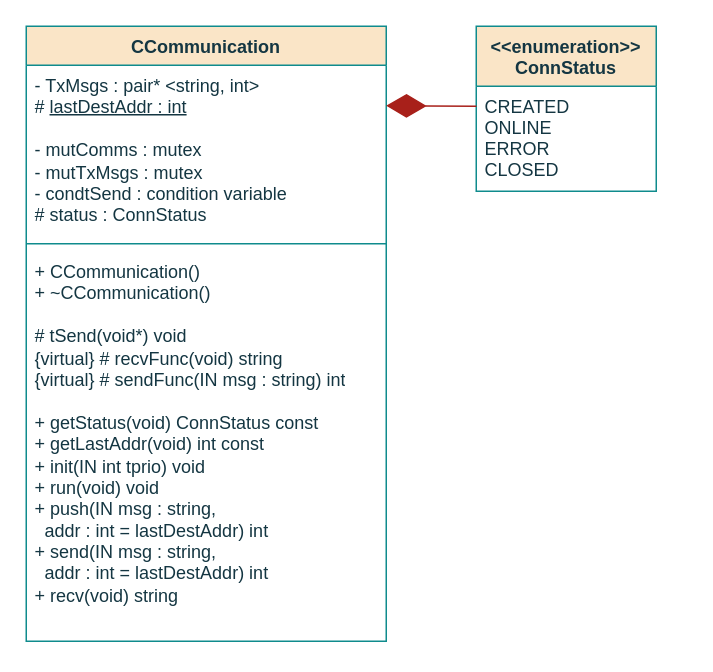
Earlier version of the draw.io diagram page "Class" (1 of 8) of documentation/flowcharts/02Classes/CCommunication.drawio (ESRGgroup9/slipad). Source tidied: cells renumbered, new cells numbered last; positions are measured from the earlier drawing's top-left corner, leaving out a move shared by most shapes. Both pictures are drawn from the tidied source at 150%, with x=0, y=0 at pixel (26, 26).
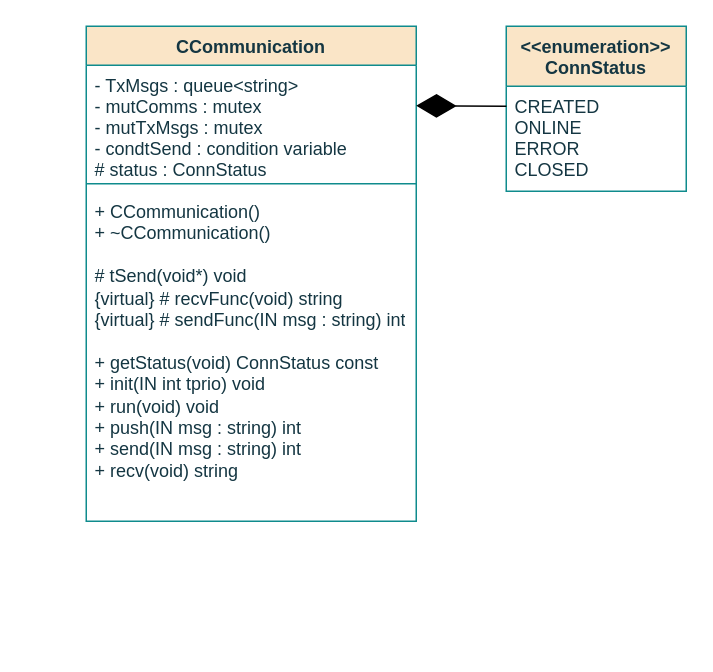
Above is the later version.

Diff of the diagram source:
```diff
@@
 <mxGraphModel>
   <root>
     <mxCell id="0" />
     <mxCell id="1" parent="0" />
     <mxCell id="2" value="CCommunication" style="swimlane;fontStyle=1;align=center;verticalAlign=top;horizontal=1;startSize=26;fillColor=#FAE5C7;strokeColor=#0F8B8D;fontColor=#143642;" parent="1" vertex="1">
-      <mxGeometry width="240" height="410" as="geometry" />
+      <mxGeometry x="40" width="220" height="330" as="geometry" />
     </mxCell>
-    <mxCell id="3" value="- TxMsgs : pair* &amp;lt;string, int&amp;gt;&lt;br&gt;# &lt;u&gt;lastDestAddr : int&lt;/u&gt;&lt;br&gt;&lt;br&gt;-  mutComms : mutex&lt;br&gt;-  mutTxMsgs : mutex&lt;br&gt;- condtSend : condition variable&lt;br&gt;# status : ConnStatus&lt;br&gt;&lt;br&gt;&lt;br&gt;" style="text;strokeColor=none;fillColor=none;align=left;verticalAlign=top;spacingLeft=4;spacingRight=4;overflow=hidden;fontColor=#143642;html=1;" parent="2" vertex="1">
-      <mxGeometry y="26" width="240" height="114" as="geometry" />
+    <mxCell id="3" value="- TxMsgs : queue&lt;string&gt;&#10;-  mutComms : mutex&#10;-  mutTxMsgs : mutex&#10;- condtSend : condition variable&#10;# status : ConnStatus&#10;&#10;&#10;&#10;&#10;&#10;&#10;" style="text;strokeColor=none;fillColor=none;align=left;verticalAlign=top;spacingLeft=4;spacingRight=4;overflow=hidden;fontColor=#143642;" parent="2" vertex="1">
+      <mxGeometry y="26" width="220" height="74" as="geometry" />
     </mxCell>
     <mxCell id="4" style="line;strokeWidth=1;fillColor=none;align=left;verticalAlign=middle;spacingTop=-1;spacingLeft=3;spacingRight=3;labelPosition=right;labelBackgroundColor=#DAD2D8;strokeColor=#0F8B8D;fontColor=#143642;" parent="2" vertex="1">
-      <mxGeometry y="140" width="240" height="10" as="geometry" />
+      <mxGeometry y="100" width="220" height="10" as="geometry" />
     </mxCell>
-    <mxCell id="5" value="+ CCommunication()&lt;br&gt;+ ~CCommunication()&lt;br&gt;&lt;br&gt;# tSend(void*) void&lt;br&gt;{virtual} # recvFunc(void) string&lt;br&gt;{virtual} # sendFunc(IN msg : string) int&lt;br&gt;&lt;br&gt;&lt;div&gt;+ getStatus(void) ConnStatus const&lt;/div&gt;&lt;div&gt;+ getLastAddr(void) int const&lt;br&gt;&lt;/div&gt;+ init(IN int tprio) void&lt;br&gt;+ run(void) void&lt;br&gt;&lt;div&gt;+ push(IN msg : string, &lt;br&gt;&lt;/div&gt;&lt;div&gt;&lt;span&gt; &lt;/span&gt;&lt;span&gt; &lt;/span&gt;&lt;span style=&quot;white-space: pre&quot;&gt; &lt;/span&gt;&lt;span style=&quot;white-space: pre&quot;&gt; &lt;/span&gt;addr : int = lastDestAddr) int&lt;/div&gt;&lt;div&gt;+ send(IN msg : string,&lt;/div&gt;&lt;div&gt;&lt;span&gt;&lt;/span&gt;&lt;span style=&quot;white-space: pre&quot;&gt; &lt;/span&gt;&lt;span style=&quot;white-space: pre&quot;&gt; &lt;/span&gt;addr : int = lastDestAddr) int&lt;/div&gt;+ recv(void) string" style="text;strokeColor=none;fillColor=none;align=left;verticalAlign=top;spacingLeft=4;spacingRight=4;overflow=hidden;fontColor=#143642;html=1;" parent="2" vertex="1">
-      <mxGeometry y="150" width="240" height="260" as="geometry" />
+    <mxCell id="5" value="+ CCommunication()&lt;br&gt;+ ~CCommunication()&lt;br&gt;&lt;br&gt;# tSend(void*) void&lt;br&gt;{virtual} # recvFunc(void) string&lt;br&gt;{virtual} # sendFunc(IN msg : string) int&lt;br&gt;&lt;br&gt;+ getStatus(void) ConnStatus const&lt;br&gt;+ init(IN int tprio) void&lt;br&gt;+ run(void) void&lt;br&gt;+ push(IN msg : string) int&lt;br&gt;+ send(IN msg : string) int&lt;br&gt;+ recv(void) string" style="text;strokeColor=none;fillColor=none;align=left;verticalAlign=top;spacingLeft=4;spacingRight=4;overflow=hidden;fontColor=#143642;html=1;" parent="2" vertex="1">
+      <mxGeometry y="110" width="220" height="220" as="geometry" />
     </mxCell>
     <mxCell id="6" value="&lt;&lt;enumeration&gt;&gt;&#10;ConnStatus&#10;" style="swimlane;fontStyle=1;align=center;verticalAlign=top;horizontal=1;startSize=40;fillColor=#FAE5C7;strokeColor=#0F8B8D;fontColor=#143642;" parent="1" vertex="1">
-      <mxGeometry x="300" width="120" height="110" as="geometry" />
+      <mxGeometry x="320" width="120" height="110" as="geometry" />
     </mxCell>
     <mxCell id="7" value="CREATED&#10;ONLINE&#10;ERROR&#10;CLOSED&#10;" style="text;strokeColor=none;fillColor=none;align=left;verticalAlign=top;spacingLeft=4;spacingRight=4;overflow=hidden;points=[[0,0.5],[1,0.5]];portConstraint=eastwest;fontColor=#143642;" parent="6" vertex="1">
       <mxGeometry y="40" width="120" height="70" as="geometry" />
     </mxCell>
-    <mxCell id="8" style="endArrow=diamondThin;endFill=1;endSize=24;html=1;rounded=0;exitX=0.001;exitY=0.19;exitDx=0;exitDy=0;exitPerimeter=0;strokeColor=#A8201A;" parent="1" edge="1" source="7">
+    <mxCell id="8" style="endArrow=diamondThin;endFill=1;endSize=24;html=1;rounded=0;exitX=0.001;exitY=0.19;exitDx=0;exitDy=0;exitPerimeter=0;" parent="1" edge="1" source="7">
       <mxGeometry relative="1" as="geometry">
-        <mxPoint x="240" y="53" as="targetPoint" />
+        <mxPoint x="260" y="53" as="targetPoint" />
         <Array as="points">
-          <mxPoint x="240" y="53" />
+          <mxPoint x="260" y="53" />
         </Array>
       </mxGeometry>
     </mxCell>
   </root>
 </mxGraphModel>
```
